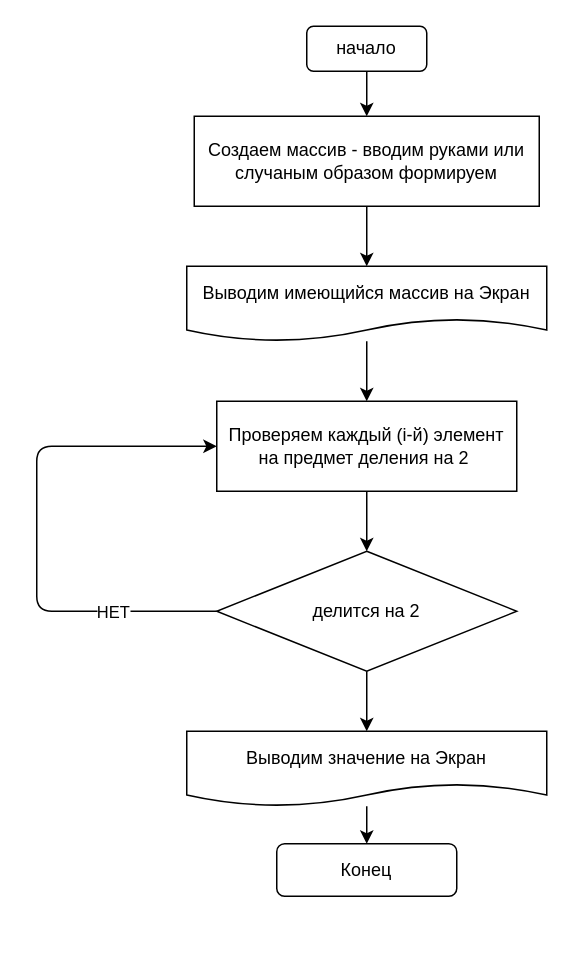
SVStepan/control-work keeps this draw.io diagram as work1.md/list.drawio. Above is the earlier version. Source tidied: cells renumbered, new cells numbered last; positions are measured from the earlier drawing's top-left corner, leaving out a move shared by most shapes. Both pictures are drawn from the tidied source at 150%, with x=0, y=0 at pixel (36, 26).
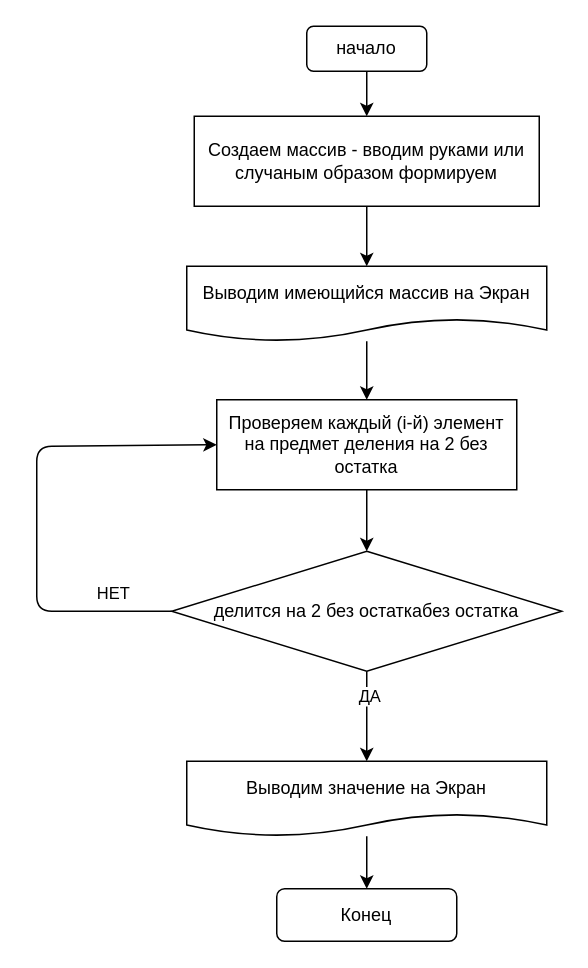
The same diagram, later.

Unchanged cells that the change refers to:
```xml
<mxCell id="12" style="edgeStyle=none;html=1;exitX=0.5;exitY=1;exitDx=0;exitDy=0;entryX=0.5;entryY=0;entryDx=0;entryDy=0;" parent="1" edge="1" source="13" target="15">
  <mxGeometry relative="1" as="geometry" />
</mxCell>
```

Change to the diagram source:
```diff
@@
-    <mxCell id="9" value="Проверяем каждый (i-й) элемент на предмет деления на 2&amp;nbsp;" style="rounded=0;whiteSpace=wrap;html=1;" parent="1" vertex="1">
-      <mxGeometry x="120" y="250" width="200" height="60" as="geometry" />
+    <mxCell id="9" value="Проверяем каждый (i-й) элемент на предмет деления на 2 без остатка" style="rounded=0;whiteSpace=wrap;html=1;" parent="1" vertex="1">
+      <mxGeometry x="120" y="249" width="200" height="60" as="geometry" />
     </mxCell>
@@
+    <mxCell id="17" value="ДА" style="edgeLabel;html=1;align=center;verticalAlign=middle;" parent="12" vertex="1">
+      <mxGeometry x="-0.47" y="1" relative="1" as="geometry" />
+    </mxCell>
-    <mxCell id="13" value="делится на 2" style="rhombus;whiteSpace=wrap;html=1;" parent="1" vertex="1">
-      <mxGeometry x="120" y="350" width="200" height="80" as="geometry" />
+    <mxCell id="13" value="делится на 2 без остаткабез остатка" style="rhombus;whiteSpace=wrap;html=1;" parent="1" vertex="1">
+      <mxGeometry x="90" y="350" width="260" height="80" as="geometry" />
     </mxCell>
@@
     <mxCell id="15" value="Выводим значение на Экран" style="shape=document;whiteSpace=wrap;html=1;boundedLbl=1;" parent="1" vertex="1">
-      <mxGeometry x="100" y="470" width="240" height="50" as="geometry" />
+      <mxGeometry x="100" y="490" width="240" height="50" as="geometry" />
     </mxCell>
     <mxCell id="16" value="Конец" style="rounded=1;whiteSpace=wrap;html=1;" parent="1" vertex="1">
-      <mxGeometry x="160" y="545" width="120" height="35" as="geometry" />
+      <mxGeometry x="160" y="575" width="120" height="35" as="geometry" />
     </mxCell>
```
